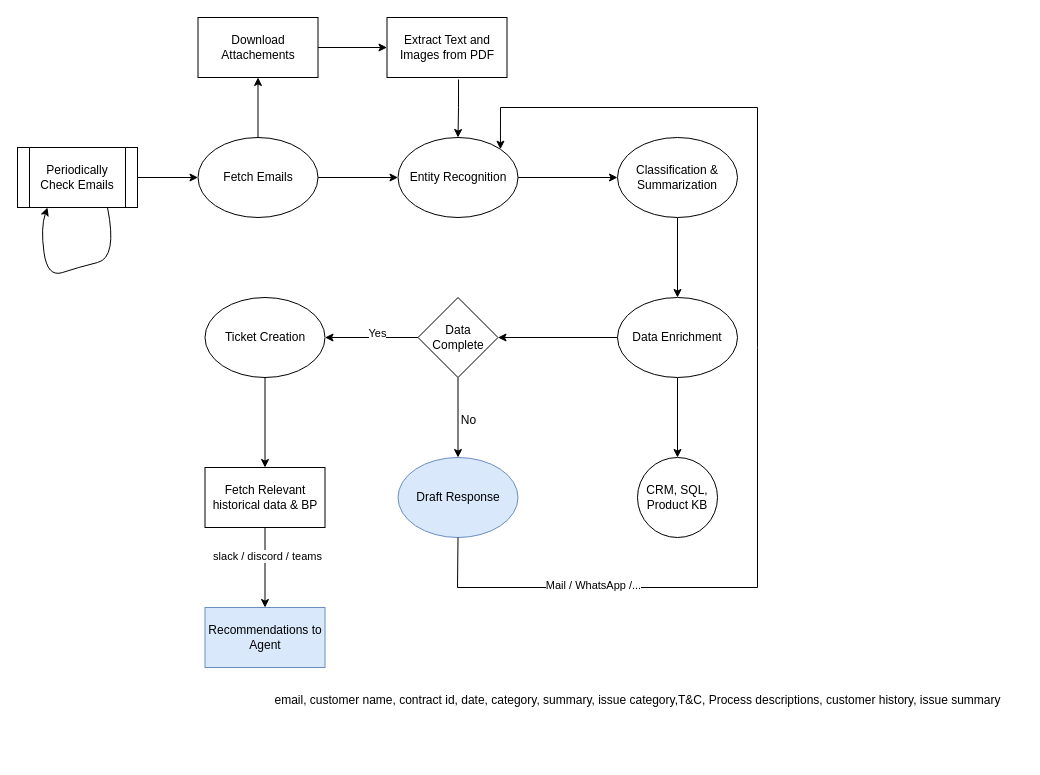
The draw.io diagram mail_automation_draft.drawio in almutareb/mail_automation_wf, before the edit. Source tidied: cells renumbered, new cells numbered last; positions are measured from the earlier drawing's top-left corner, leaving out a move shared by most shapes. Both pictures are drawn from the tidied source at 100%, with x=0, y=0 at pixel (17, 17).
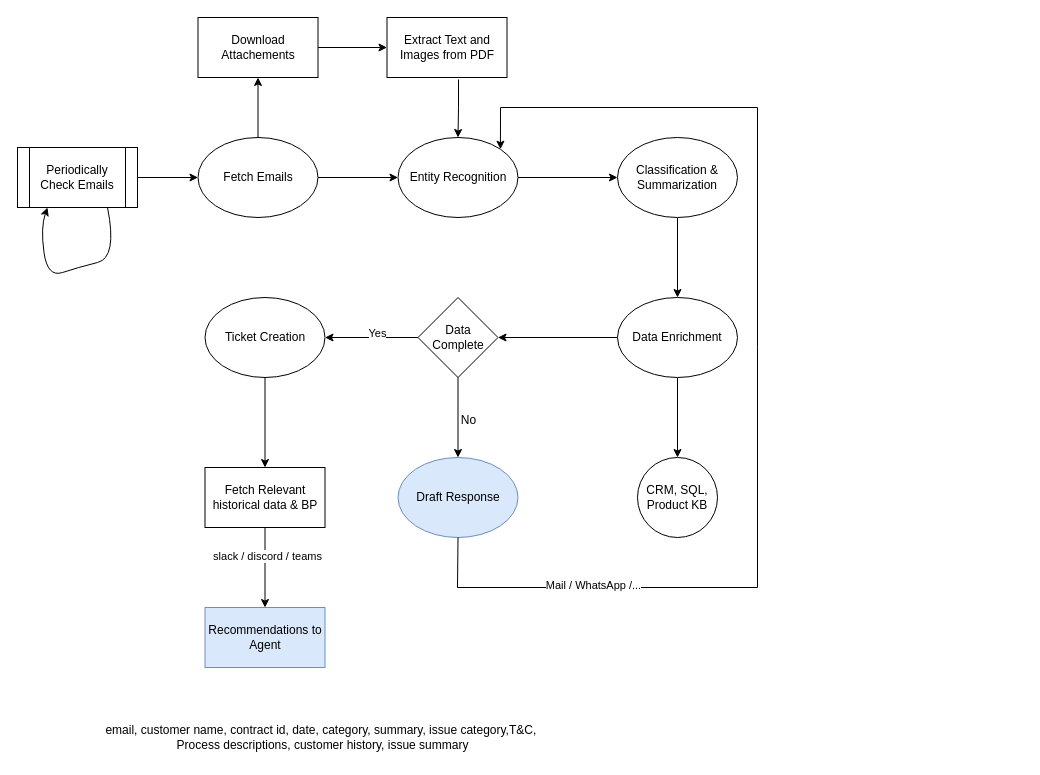
Above is the later version.

The edit, as a diff of the source:
```diff
@@
-    <mxCell id="34" value="email, customer name, contract id, date, category, summary, issue category,T&amp;amp;C, Process descriptions, customer history, issue summary" style="text;html=1;align=center;verticalAlign=middle;strokeColor=none;fillColor=none;" parent="1" vertex="1">
-      <mxGeometry x="235" y="668" width="770" height="30" as="geometry" />
+    <mxCell id="34" value="&lt;div&gt;email, customer name, contract id, date, category, summary, issue category,T&amp;amp;C,&amp;nbsp;&lt;/div&gt;&lt;div&gt;Process descriptions, customer history, issue summary&lt;/div&gt;" style="text;html=1;align=center;verticalAlign=middle;strokeColor=none;fillColor=none;" parent="1" vertex="1">
+      <mxGeometry x="70" y="700" width="470" height="40" as="geometry" />
     </mxCell>
```
